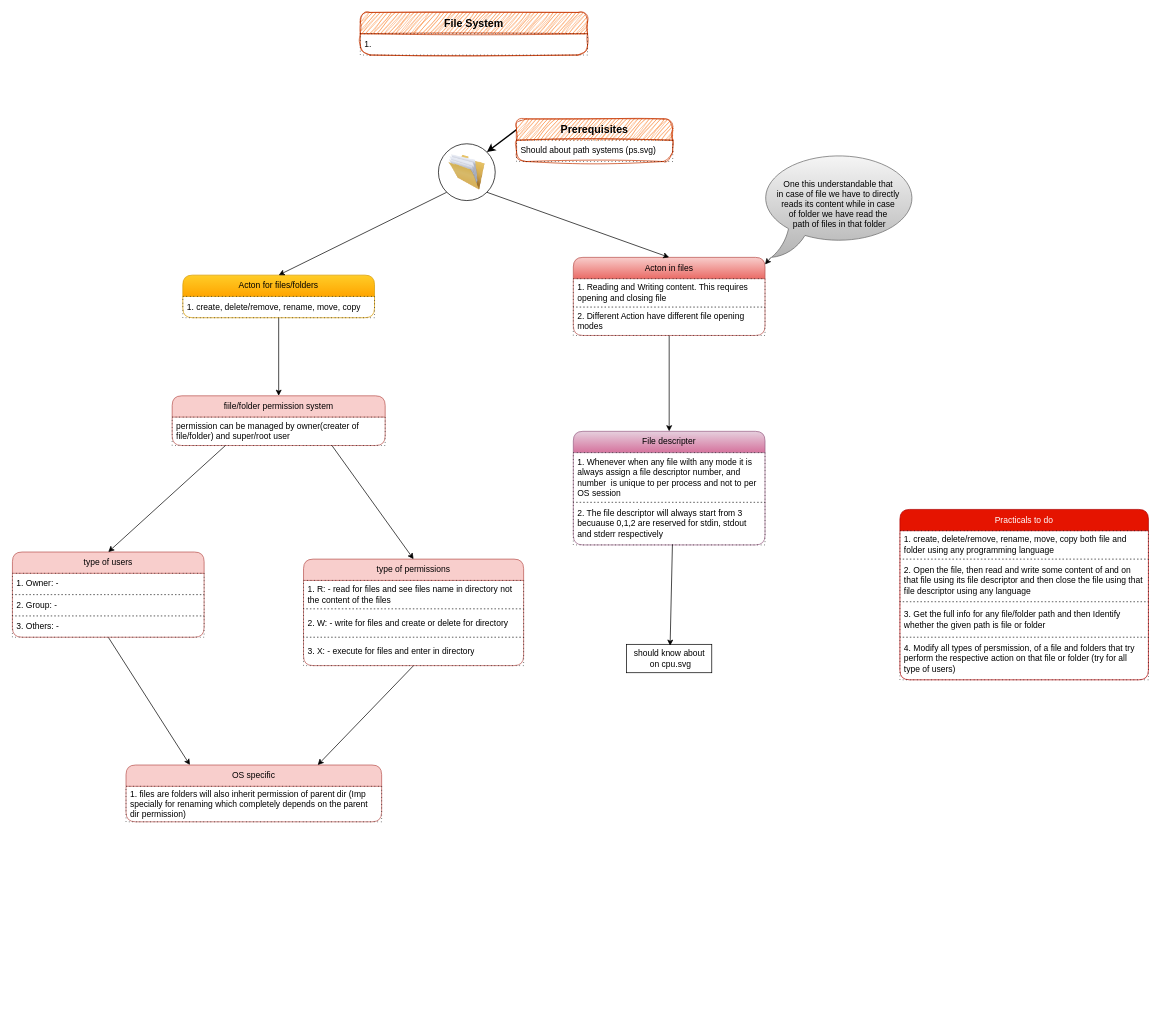
The draw.io diagram operating-system/file-handling/fh.dio in knpvt5/Programming-Concepts, before the edit. Source tidied: cells renumbered, new cells numbered last; positions are measured from the earlier drawing's top-left corner, leaving out a move shared by most shapes. Both pictures are drawn from the tidied source at 71%, with x=0, y=0 at pixel (12, 12).
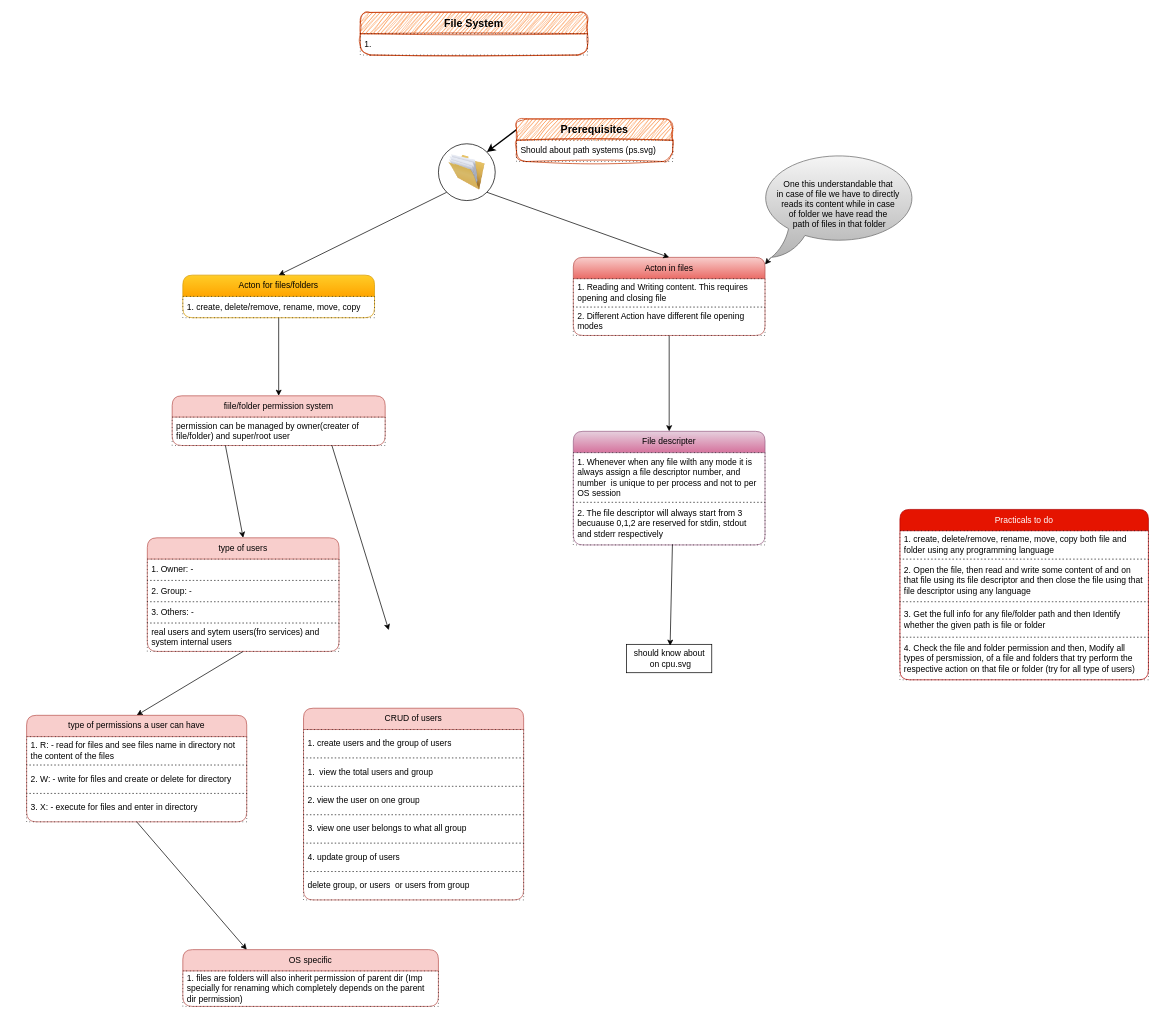
The same page after the edit.

The change refers to these unchanged cells:
```xml
<mxCell id="13" value="fiile/folder permission system" style="swimlane;fontStyle=0;horizontal=1;startSize=30;whiteSpace=wrap;html=1;rounded=1;fillColor=#f8cecc;strokeColor=#b85450;" parent="1" vertex="1">
  <mxGeometry x="225" y="540" width="300" height="70" as="geometry" />
</mxCell>
<mxCell id="34" value="&lt;font style=&quot;color: light-dark(rgb(255, 255, 255), rgb(255, 255, 255));&quot;&gt;Practicals to do&lt;/font&gt;" style="swimlane;fontStyle=0;horizontal=1;startSize=30;whiteSpace=wrap;html=1;rounded=1;fillColor=light-dark(#E51400,#CC0000);strokeColor=#B20000;fontColor=#ffffff;" parent="1" vertex="1">
  <mxGeometry x="1250" y="700" width="350" height="240" as="geometry" />
</mxCell>
```

What changed in the source:
```diff
@@
-    <mxCell id="8" style="edgeStyle=none;html=1;exitX=0.5;exitY=1;exitDx=0;exitDy=0;entryX=0.25;entryY=0;entryDx=0;entryDy=0;" parent="1" edge="1" source="9" target="15">
+    <mxCell id="8" style="edgeStyle=none;html=1;exitX=0.5;exitY=1;exitDx=0;exitDy=0;entryX=0.5;entryY=0;entryDx=0;entryDy=0;" parent="1" edge="1" source="9" target="18">
       <mxGeometry relative="1" as="geometry" />
     </mxCell>
     <mxCell id="9" value="type of users" style="swimlane;fontStyle=0;horizontal=1;startSize=30;whiteSpace=wrap;html=1;rounded=1;fillColor=#f8cecc;strokeColor=#b85450;" parent="1" vertex="1">
-      <mxGeometry y="760" width="270" height="120" as="geometry" />
+      <mxGeometry x="190" y="740" width="270" height="160" as="geometry" />
     </mxCell>
@@
+    <mxCell id="47" value="real users and sytem users(fro services) and&amp;nbsp; system internal users" style="text;strokeColor=default;fillColor=none;align=left;verticalAlign=middle;spacingLeft=4;spacingRight=4;overflow=hidden;whiteSpace=wrap;html=1;dashed=1;dashPattern=1 4;" parent="9" vertex="1">
+      <mxGeometry y="120" width="270" height="40" as="geometry" />
+    </mxCell>
@@
     <mxCell id="15" value="OS specific" style="swimlane;fontStyle=0;horizontal=1;startSize=30;whiteSpace=wrap;html=1;rounded=1;fillColor=#f8cecc;strokeColor=#b85450;" parent="1" vertex="1">
-      <mxGeometry x="160" y="1060" width="360" height="80" as="geometry" />
+      <mxGeometry x="240" y="1320" width="360" height="80" as="geometry" />
     </mxCell>
@@
-    <mxCell id="17" style="edgeStyle=none;html=1;exitX=0.5;exitY=1;exitDx=0;exitDy=0;entryX=0.75;entryY=0;entryDx=0;entryDy=0;" parent="1" edge="1" source="18" target="15">
+    <mxCell id="17" style="edgeStyle=none;html=1;exitX=0.5;exitY=1;exitDx=0;exitDy=0;entryX=0.25;entryY=0;entryDx=0;entryDy=0;" parent="1" edge="1" source="18" target="15">
       <mxGeometry relative="1" as="geometry" />
     </mxCell>
-    <mxCell id="18" value="type of permissions" style="swimlane;fontStyle=0;horizontal=1;startSize=30;whiteSpace=wrap;html=1;rounded=1;fillColor=#f8cecc;strokeColor=#b85450;" parent="1" vertex="1">
-      <mxGeometry x="410" y="770" width="310" height="150" as="geometry" />
+    <mxCell id="18" value="type of permissions a user can have" style="swimlane;fontStyle=0;horizontal=1;startSize=30;whiteSpace=wrap;html=1;rounded=1;fillColor=#f8cecc;strokeColor=#b85450;" parent="1" vertex="1">
+      <mxGeometry x="20" y="990" width="310" height="150" as="geometry" />
     </mxCell>
@@
+    <mxCell id="48" value="CRUD of users" style="swimlane;fontStyle=0;horizontal=1;startSize=30;whiteSpace=wrap;html=1;rounded=1;fillColor=#f8cecc;strokeColor=#b85450;" parent="1" vertex="1">
+      <mxGeometry x="410" y="980" width="310" height="270" as="geometry" />
+    </mxCell>
+    <mxCell id="49" value="1. create users and the group of users" style="text;strokeColor=default;fillColor=none;align=left;verticalAlign=middle;spacingLeft=4;spacingRight=4;overflow=hidden;whiteSpace=wrap;html=1;dashed=1;dashPattern=1 4;" parent="48" vertex="1">
+      <mxGeometry y="30" width="310" height="40" as="geometry" />
+    </mxCell>
+    <mxCell id="50" value="1.&amp;nbsp; view the total users and group" style="text;strokeColor=default;fillColor=none;align=left;verticalAlign=middle;spacingLeft=4;spacingRight=4;overflow=hidden;whiteSpace=wrap;html=1;dashed=1;dashPattern=1 4;" parent="48" vertex="1">
+      <mxGeometry y="70" width="310" height="40" as="geometry" />
+    </mxCell>
+    <mxCell id="51" value="2. view the user on one group" style="text;strokeColor=default;fillColor=none;align=left;verticalAlign=middle;spacingLeft=4;spacingRight=4;overflow=hidden;whiteSpace=wrap;html=1;dashed=1;dashPattern=1 4;" parent="48" vertex="1">
+      <mxGeometry y="110" width="310" height="40" as="geometry" />
+    </mxCell>
+    <mxCell id="52" value="3. view one user belongs to what all group" style="text;strokeColor=default;fillColor=none;align=left;verticalAlign=middle;spacingLeft=4;spacingRight=4;overflow=hidden;whiteSpace=wrap;html=1;dashed=1;dashPattern=1 4;" parent="48" vertex="1">
+      <mxGeometry y="150" width="310" height="40" as="geometry" />
+    </mxCell>
+    <mxCell id="53" value="4. update group of users" style="text;strokeColor=default;fillColor=none;align=left;verticalAlign=middle;spacingLeft=4;spacingRight=4;overflow=hidden;whiteSpace=wrap;html=1;dashed=1;dashPattern=1 4;" parent="48" vertex="1">
+      <mxGeometry y="190" width="310" height="40" as="geometry" />
+    </mxCell>
+    <mxCell id="54" value="delete group, or users&amp;nbsp; or users from group" style="text;strokeColor=default;fillColor=none;align=left;verticalAlign=middle;spacingLeft=4;spacingRight=4;overflow=hidden;whiteSpace=wrap;html=1;dashed=1;dashPattern=1 4;" parent="48" vertex="1">
+      <mxGeometry y="230" width="310" height="40" as="geometry" />
+    </mxCell>
@@
-    <mxCell id="38" value="4. Modify all types of persmission, of a file and folders that try perform the respective action on that file or folder (try for all type of users)" style="text;strokeColor=default;fillColor=none;align=left;verticalAlign=middle;spacingLeft=4;spacingRight=4;overflow=hidden;whiteSpace=wrap;html=1;dashed=1;dashPattern=1 4;" parent="34" vertex="1">
+    <mxCell id="38" value="4. Check the file and folder permission and then, Modify all types of persmission, of a file and folders that try perform the respective action on that file or folder (try for all type of users)" style="text;strokeColor=default;fillColor=none;align=left;verticalAlign=middle;spacingLeft=4;spacingRight=4;overflow=hidden;whiteSpace=wrap;html=1;dashed=1;dashPattern=1 4;" parent="34" vertex="1">
       <mxGeometry y="180" width="350" height="60" as="geometry" />
     </mxCell>
@@
-    <mxCell id="46" style="edgeStyle=none;html=1;exitX=0.75;exitY=1;exitDx=0;exitDy=0;entryX=0.5;entryY=0;entryDx=0;entryDy=0;" parent="1" edge="1" source="13" target="18">
-      <mxGeometry relative="1" as="geometry" />
+    <mxCell id="46" style="edgeStyle=none;html=1;exitX=0.75;exitY=1;exitDx=0;exitDy=0;" parent="1" edge="1" source="13">
+      <mxGeometry relative="1" as="geometry">
+        <mxPoint x="530" y="870" as="targetPoint" />
+      </mxGeometry>
     </mxCell>
```
